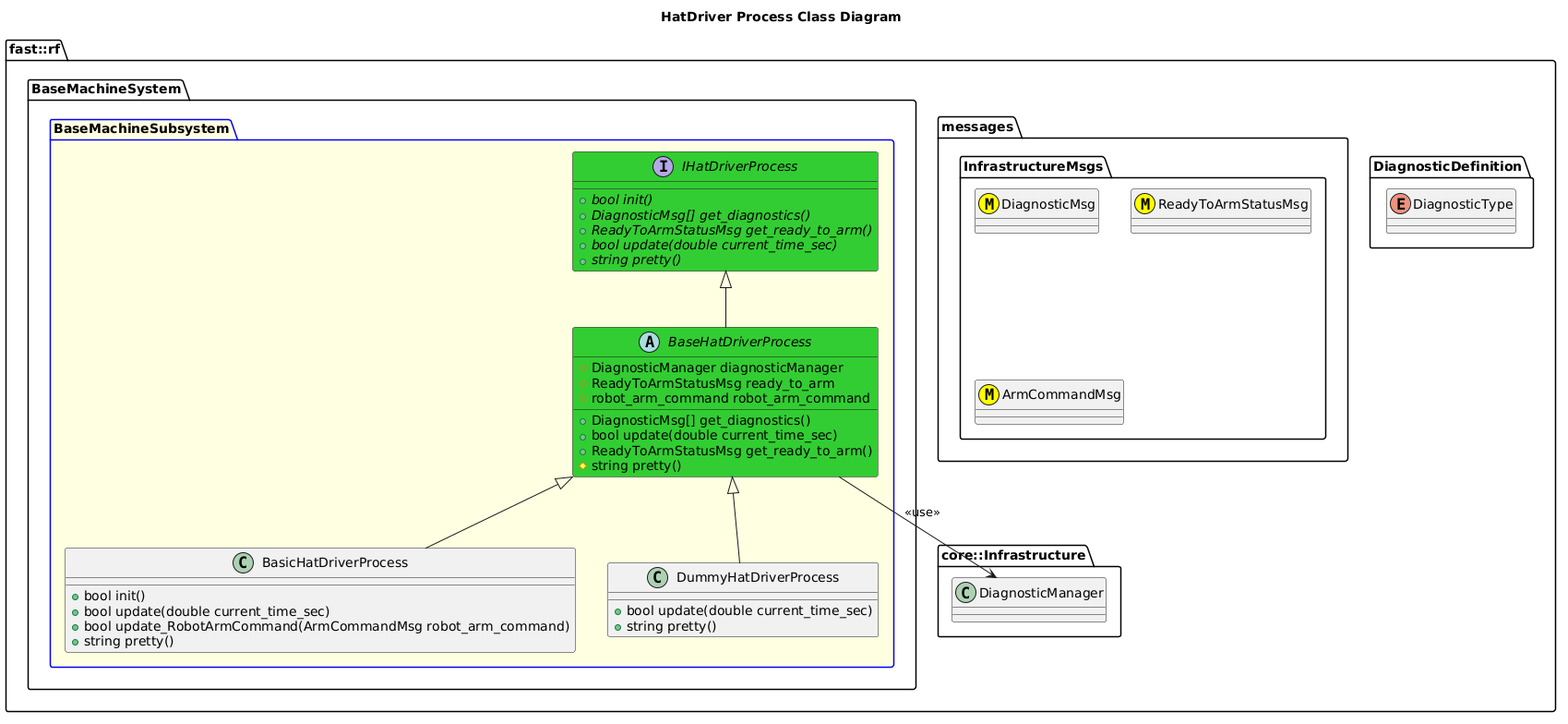
Above: Systems/BaseMachine/Subsystems/BaseMachine/Processes/HatDriver/doc/puml/HatDriverProcessClassDiagram.png in fastrobotics/robot_framework (PlantUML), before the change.
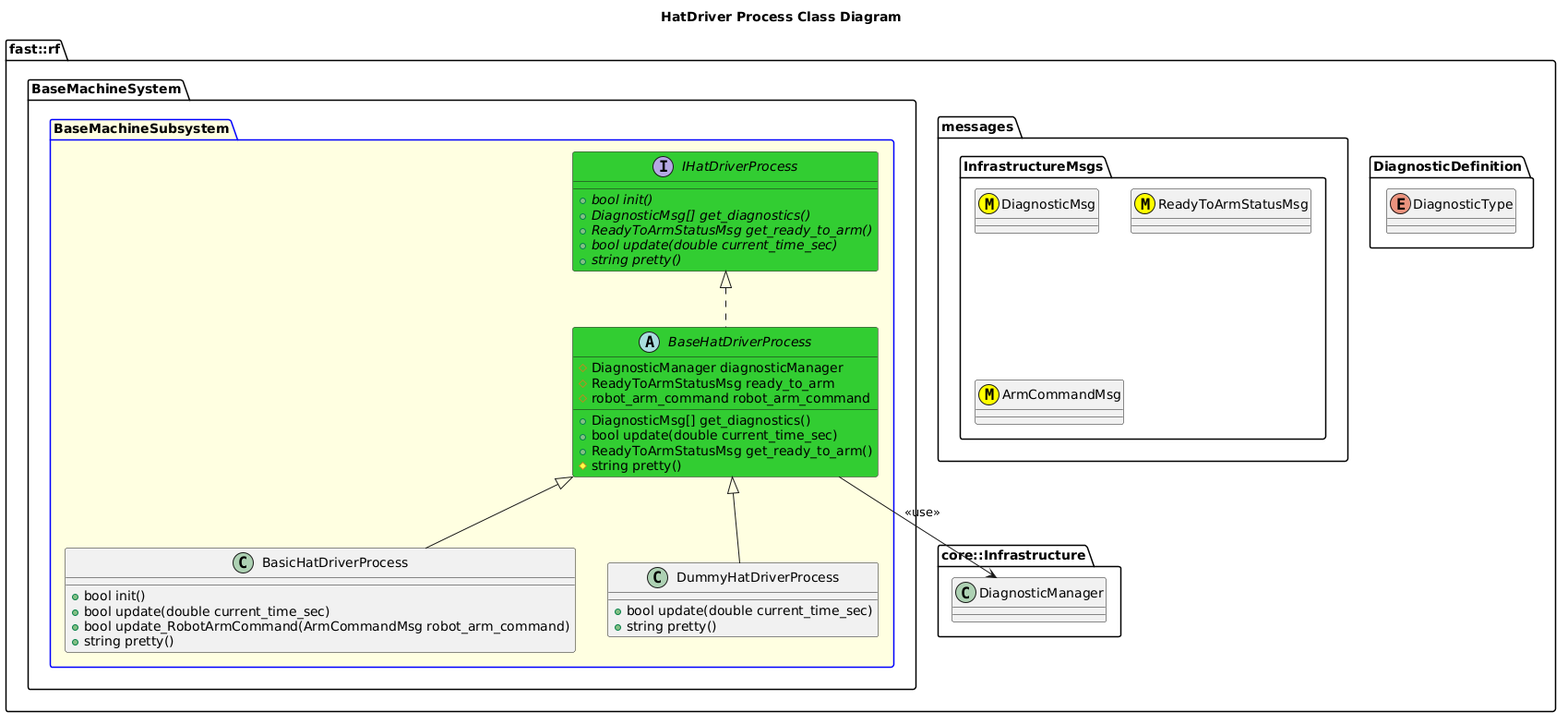
Later version of the same file.

The edit, as a diff of the source:
```diff
@@ -34,7 +34,7 @@
           #robot_arm_command robot_arm_command
 
         }
-        BaseHatDriverProcess -up-|> IHatDriverProcess
+        BaseHatDriverProcess .up.|> IHatDriverProcess
         BaseHatDriverProcess --> DiagnosticManager: <<use>>
         class BasicHatDriverProcess {
           +bool init()
```
